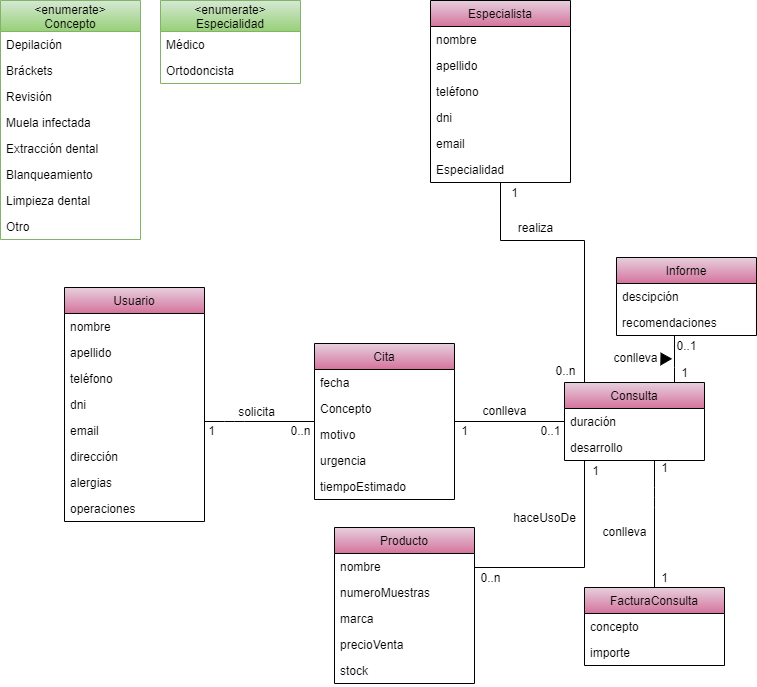
Before: Remus/doc/images/Diagrama conceptual C.png, a diagram exported from draw.io (Jesusjbs/clinicaDental-ir). Source tidied: cells renumbered, new cells last; positions are measured from the earlier drawing's top-left corner, leaving out a move shared by most shapes.
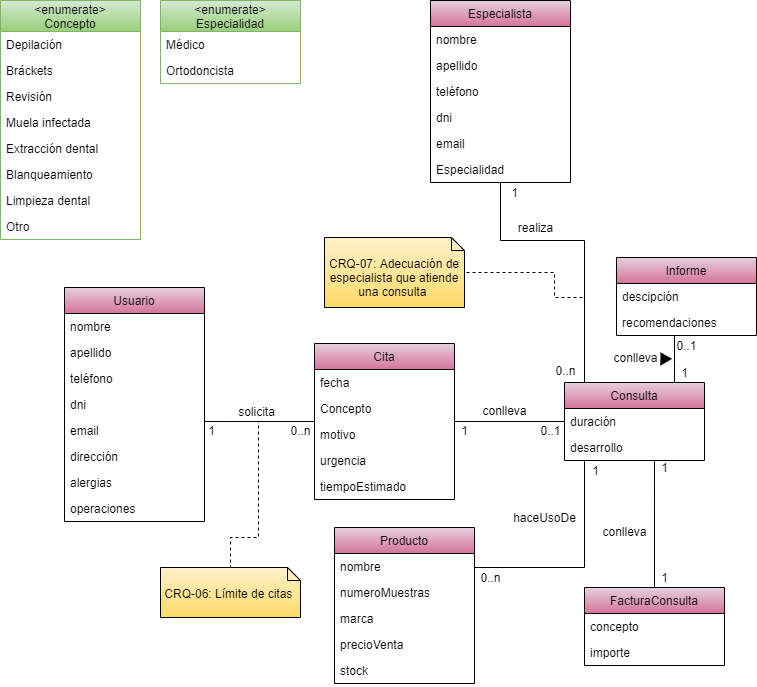
After the change.

Change to the diagram source:
```diff
@@ -250,5 +250,31 @@
     <mxCell id="75" value="tiempoEstimado" style="text;strokeColor=none;fillColor=none;align=left;verticalAlign=top;spacingLeft=4;spacingRight=4;overflow=hidden;" parent="70" vertex="1">
       <mxGeometry y="130" width="140" height="26" as="geometry" />
     </mxCell>
+    <mxCell id="76" style="edgeStyle=orthogonalEdgeStyle;rounded=0;jumpSize=3;orthogonalLoop=1;jettySize=auto;html=1;dashed=1;startSize=6;endArrow=none;endFill=0;endSize=6;strokeColor=#000000;strokeWidth=1;" parent="1" edge="1">
+      <mxGeometry relative="1" as="geometry">
+        <mxPoint x="230" y="568" as="sourcePoint" />
+        <mxPoint x="258" y="421" as="targetPoint" />
+        <Array as="points">
+          <mxPoint x="230" y="537" />
+          <mxPoint x="258" y="537" />
+        </Array>
+      </mxGeometry>
+    </mxCell>
+    <mxCell id="77" value="CRQ-06: Límite de citas&amp;nbsp;&lt;span style=&quot;color: rgba(0 , 0 , 0 , 0) ; font-family: monospace ; font-size: 0px&quot;&gt;%3CmxGraphModel%3E%3Croot%3E%3CmxCell%20id%3D%220%22%2F%3E%3CmxCell%20id%3D%221%22%20parent%3D%220%22%2F%3E%3CmxCell%20id%3D%222%22%20value%3D%22CRQ-03%3A%26amp%3Bnbsp%3BIncluir%20un%20Estado%20si%20el%20M%C3%A9todo%20es%20on-line%22%20style%3D%22shape%3Dnote2%3BboundedLbl%3D1%3BwhiteSpace%3Dwrap%3Bhtml%3D1%3Bsize%3D13%3BverticalAlign%3Dtop%3Balign%3Dcenter%3BfillColor%3D%23fff2cc%3BgradientColor%3D%23ffd966%3B%22%20vertex%3D%221%22%20parent%3D%221%22%3E%3CmxGeometry%20x%3D%22320%22%20y%3D%22664%22%20width%3D%22140%22%20height%3D%2270%22%20as%3D%22geometry%22%2F%3E%3C%2FmxCell%3E%3C%2Froot%3E%3C%2FmxGraphModel%Límite de citas&lt;/span&gt;" style="shape=note2;boundedLbl=1;whiteSpace=wrap;html=1;size=13;verticalAlign=top;align=center;fillColor=#fff2cc;gradientColor=#ffd966;" parent="1" vertex="1">
+      <mxGeometry x="160" y="567" width="140" height="50" as="geometry" />
+    </mxCell>
+    <mxCell id="78" style="edgeStyle=orthogonalEdgeStyle;rounded=0;jumpSize=3;orthogonalLoop=1;jettySize=auto;html=1;dashed=1;startSize=6;endArrow=none;endFill=0;endSize=6;strokeColor=#000000;strokeWidth=1;" parent="1" edge="1">
+      <mxGeometry relative="1" as="geometry">
+        <mxPoint x="466" y="272" as="sourcePoint" />
+        <mxPoint x="584" y="297" as="targetPoint" />
+        <Array as="points">
+          <mxPoint x="554" y="272" />
+          <mxPoint x="554" y="297" />
+        </Array>
+      </mxGeometry>
+    </mxCell>
+    <mxCell id="79" value="CRQ-07: Adecuación de especialista que atiende una consulta&amp;nbsp;&lt;span style=&quot;color: rgba(0 , 0 , 0 , 0) ; font-family: monospace ; font-size: 0px&quot;&gt;%3CmxGraphModel%3E%3Croot%3E%3CmxCell%20id%3D%220%22%2F%3E%3CmxCell%20id%3D%221%22%20parent%3D%220%22%2F%3E%3CmxCell%20id%3D%222%22%20value%3D%22CRQ-03%3A%26amp%3Bnbsp%3BIncluir%20un%20Estado%20si%20el%20M%C3%A9todo%20es%20on-line%22%20style%3D%22shape%3Dnote2%3BboundedLbl%3D1%3BwhiteSpace%3Dwrap%3Bhtml%3D1%3Bsize%3D13%3BverticalAlign%3Dtop%3Balign%3Dcenter%3BfillColor%3D%23fff2cc%3BgradientColor%3D%23ffd966%3B%22%20vertex%3D%221%22%20parent%3D%221%22%3E%3CmxGeometry%20x%3D%22320%22%20y%3D%22664%22%20width%3D%22140%22%20height%3D%2270%22%20as%3D%22geometry%22%2F%3E%3C%2FmxCell%3E%3C%2Froot%3E%3C%2FmxGraphModel%Límite de citas&lt;/span&gt;" style="shape=note2;boundedLbl=1;whiteSpace=wrap;html=1;size=13;verticalAlign=top;align=center;fillColor=#fff2cc;gradientColor=#ffd966;" parent="1" vertex="1">
+      <mxGeometry x="324" y="237" width="140" height="70" as="geometry" />
+    </mxCell>
   </root>
 </mxGraphModel>
```
